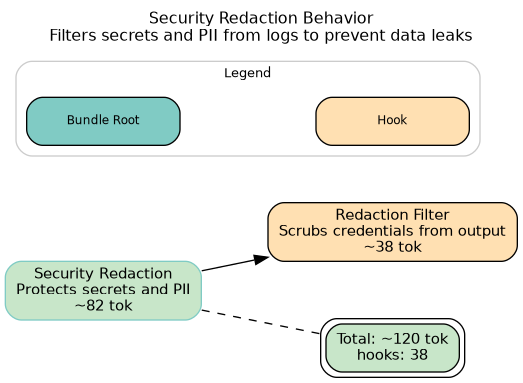
Above: behaviors/redaction.png in microsoft/amplifier-foundation (Graphviz), before the change. Its source is kept beside it as behaviors/redaction.dot.
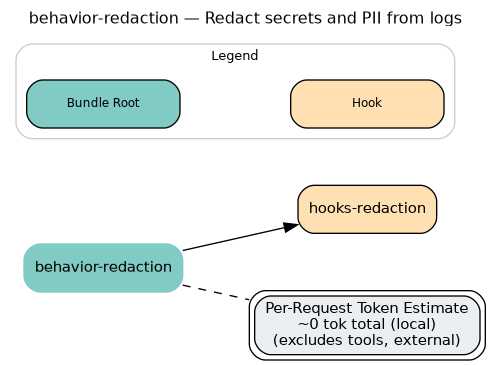
The same file after the commit.

Commit message:
fix(dot-docs): use fixed type colors, correct token cost model

Diff of the diagram source:
```diff
@@ -2,21 +2,21 @@
     rankdir=LR
     fontname="Helvetica"
     fontsize=12
-    label="Security Redaction Behavior\nFilters secrets and PII from logs to prevent data leaks"
+    label="behavior-redaction — Redact secrets and PII from logs"
     labelloc=t
     labeljust=c
     compound=true
     nodesep=0.6
     ranksep=0.7
     bgcolor="white"
-    source_hash="6bac2401a9a70510b095ba4e3f45b5d1cb9044d8202a0320797f26e200cf8322"
+    source_hash="e1bb13b045cc1bffaf6f8a00133c1813a187a47dc555b08706dc36ba928a95d0"
 
     node [fontname="Helvetica", fontsize=11, style="filled,rounded"]
     edge [fontname="Helvetica", fontsize=9]
 
-    root [label="Security Redaction\nProtects secrets and PII\n~82 tok", shape=box, fillcolor="#c8e6c9", style="filled,rounded", color="#80cbc4"]
-    hook_hooks_redaction [label="Redaction Filter\nScrubs credentials from output\n~38 tok", shape=box, fillcolor="#ffe0b2", style="filled,rounded"]
-    summary [label="Total: ~120 tok\nhooks: 38", shape=box, fillcolor="#c8e6c9", style="filled,rounded", peripheries=2]
+    root [label="behavior-redaction", shape=box, fillcolor="#80cbc4", style="filled,rounded", color="#80cbc4"]
+    hook_hooks_redaction [label="hooks-redaction", shape=box, fillcolor="#ffe0b2", style="filled,rounded"]
+    summary [label="Per-Request Token Estimate\n~0 tok total (local)\n(excludes tools, external)", shape=box, fillcolor="#eceff1", style="filled,rounded", peripheries=2]
 
     root -> hook_hooks_redaction
     root -> summary [style=dashed, arrowhead=none]
```
